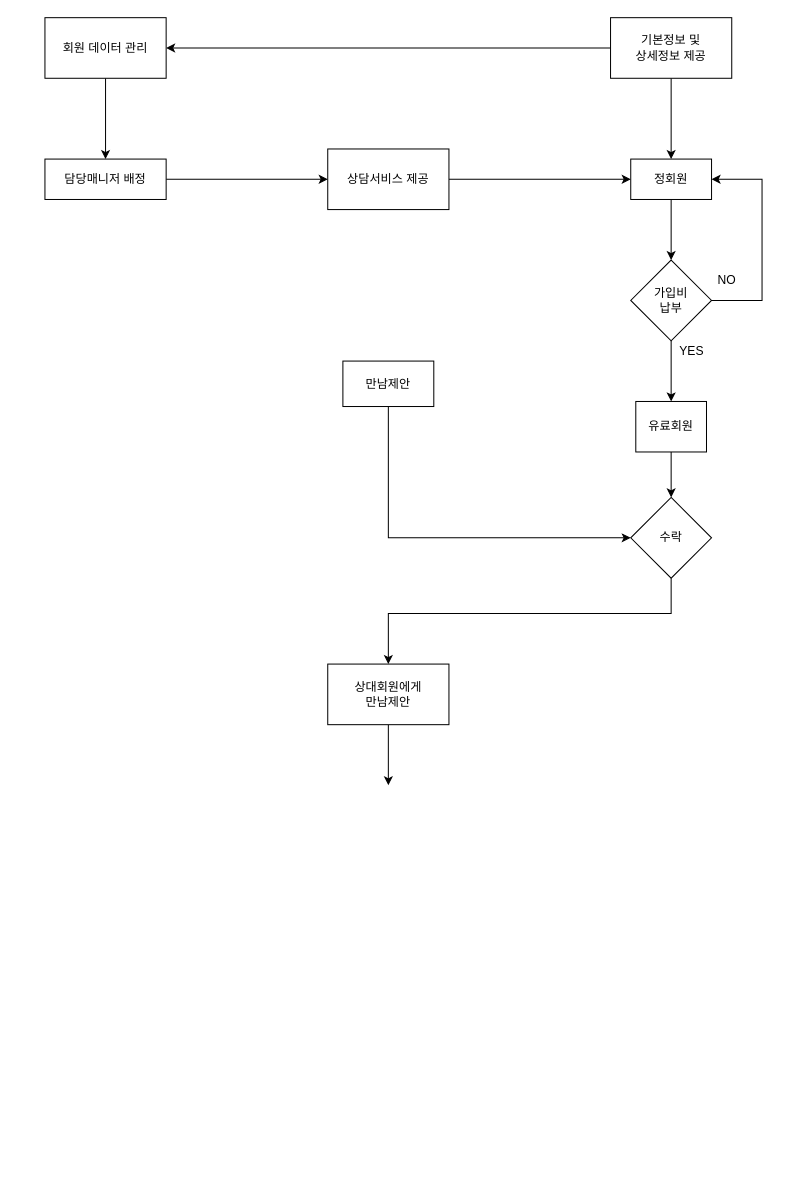
sunjs33/test keeps this draw.io diagram as Untitled Diagram.drawio. Above is the earlier version. Source tidied: cells renumbered, new cells numbered last; positions are measured from the earlier drawing's top-left corner, leaving out a move shared by most shapes. Both pictures are drawn from the tidied source at 101%, with x=0, y=0 at pixel (44, 17).
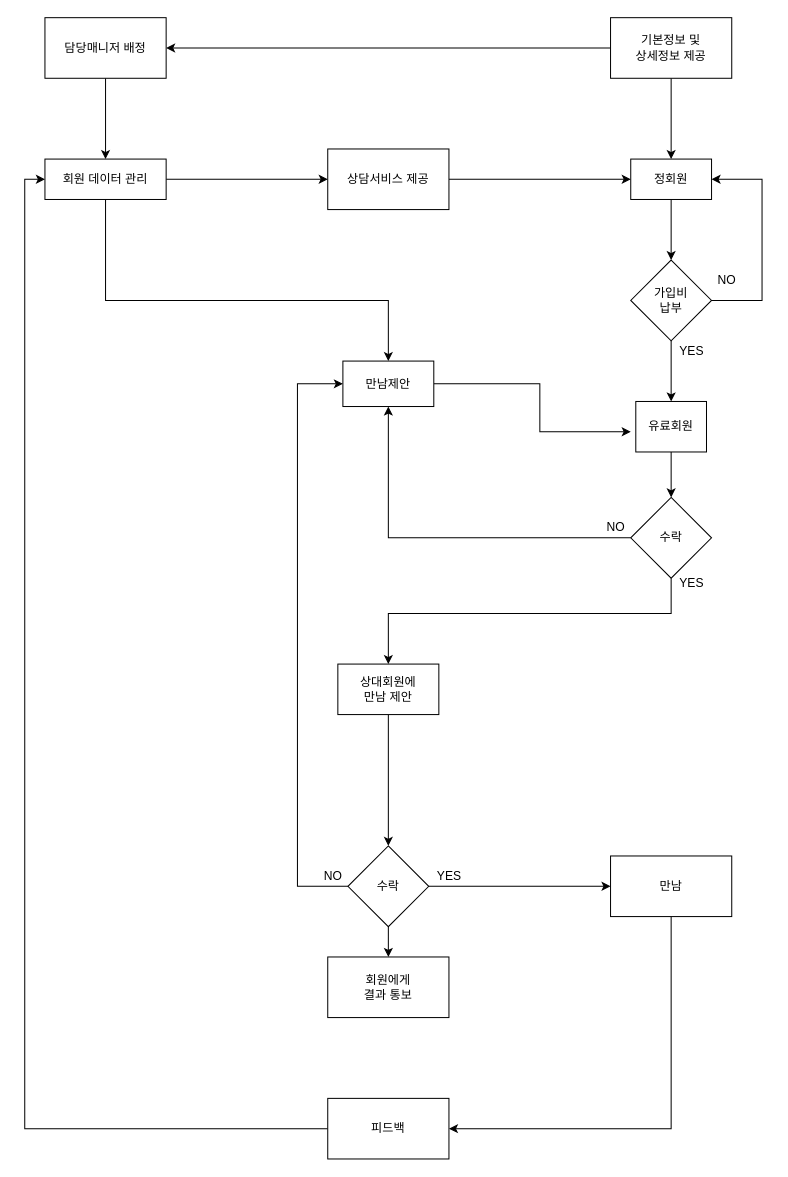
The same diagram, later.

Unchanged cells that the change refers to:
```xml
<mxCell id="19" value="만남제안" style="rounded=0;whiteSpace=wrap;html=1;" parent="1" vertex="1">
  <mxGeometry x="295" y="340" width="90" height="45" as="geometry" />
</mxCell>
<mxCell id="21" value="수락" style="rhombus;whiteSpace=wrap;html=1;rounded=0;" parent="1" vertex="1">
  <mxGeometry x="580" y="475" width="80" height="80" as="geometry" />
</mxCell>
```

Change to the diagram source:
```diff
@@
-    <mxCell id="11" value="회원 데이터 관리" style="whiteSpace=wrap;html=1;rounded=0;" parent="1" vertex="1">
+    <mxCell id="11" value="담당매니저 배정" style="whiteSpace=wrap;html=1;rounded=0;" parent="1" vertex="1">
       <mxGeometry width="120" height="60" as="geometry" />
     </mxCell>
@@
-    <mxCell id="18" style="edgeStyle=orthogonalEdgeStyle;rounded=0;jettySize=auto;html=1;entryX=0;entryY=0.5;entryDx=0;entryDy=0;" parent="1" edge="1" source="19" target="21">
-      <mxGeometry relative="1" as="geometry">
-        <Array as="points">
-          <mxPoint x="340" y="515" />
-        </Array>
-      </mxGeometry>
-    </mxCell>
+    <mxCell id="26" style="edgeStyle=orthogonalEdgeStyle;rounded=0;jettySize=auto;html=1;" parent="1" edge="1" source="19">
+      <mxGeometry relative="1" as="geometry">
+        <mxPoint x="580" y="410" as="targetPoint" />
+        <Array as="points">
+          <mxPoint x="490" y="362" />
+          <mxPoint x="490" y="410" />
+        </Array>
+      </mxGeometry>
+    </mxCell>
@@
+    <mxCell id="27" style="edgeStyle=orthogonalEdgeStyle;rounded=0;jettySize=auto;html=1;entryX=0.5;entryY=1;entryDx=0;entryDy=0;" parent="1" edge="1" source="21" target="19">
+      <mxGeometry relative="1" as="geometry" />
+    </mxCell>
@@
+    <mxCell id="28" style="edgeStyle=orthogonalEdgeStyle;rounded=0;jettySize=auto;html=1;entryX=0.5;entryY=0;entryDx=0;entryDy=0;" parent="1" edge="1" source="23" target="19">
+      <mxGeometry relative="1" as="geometry">
+        <Array as="points">
+          <mxPoint x="60.1" y="280" />
+          <mxPoint x="340.1" y="280" />
+        </Array>
+      </mxGeometry>
+    </mxCell>
-    <mxCell id="23" value="담당매니저 배정" style="whiteSpace=wrap;html=1;rounded=0;" parent="1" vertex="1">
+    <mxCell id="23" value="회원 데이터 관리" style="whiteSpace=wrap;html=1;rounded=0;" parent="1" vertex="1">
       <mxGeometry y="140" width="120" height="40" as="geometry" />
     </mxCell>
-    <mxCell id="24" style="edgeStyle=orthogonalEdgeStyle;rounded=0;jettySize=auto;html=1;" parent="1" edge="1" source="25">
-      <mxGeometry relative="1" as="geometry">
-        <mxPoint x="340" y="760" as="targetPoint" />
-      </mxGeometry>
-    </mxCell>
+    <mxCell id="29" style="edgeStyle=orthogonalEdgeStyle;rounded=0;jettySize=auto;html=1;entryX=0.5;entryY=0;entryDx=0;entryDy=0;" parent="1" edge="1" source="25" target="34">
+      <mxGeometry relative="1" as="geometry" />
+    </mxCell>
-    <mxCell id="25" value="상대회원에게 &lt;br&gt;만남제안" style="whiteSpace=wrap;html=1;rounded=0;" parent="1" vertex="1">
-      <mxGeometry x="280" y="640" width="120" height="60" as="geometry" />
+    <mxCell id="25" value="상대회원에 &lt;br&gt;만남 제안" style="whiteSpace=wrap;html=1;rounded=0;" parent="1" vertex="1">
+      <mxGeometry x="290" y="640" width="100" height="50" as="geometry" />
     </mxCell>
+    <mxCell id="30" value="YES" style="text;html=1;align=center;verticalAlign=middle;" parent="1" vertex="1">
+      <mxGeometry x="620" y="550" width="40" height="20" as="geometry" />
+    </mxCell>
+    <mxCell id="31" style="edgeStyle=orthogonalEdgeStyle;rounded=0;jettySize=auto;html=1;" parent="1" edge="1" source="34" target="36">
+      <mxGeometry relative="1" as="geometry" />
+    </mxCell>
+    <mxCell id="32" style="edgeStyle=orthogonalEdgeStyle;rounded=0;jettySize=auto;html=1;entryX=0;entryY=0.5;entryDx=0;entryDy=0;" parent="1" edge="1" source="34" target="19">
+      <mxGeometry relative="1" as="geometry">
+        <Array as="points">
+          <mxPoint x="250" y="860" />
+          <mxPoint x="250" y="362" />
+        </Array>
+      </mxGeometry>
+    </mxCell>
+    <mxCell id="33" style="edgeStyle=orthogonalEdgeStyle;rounded=0;jettySize=auto;html=1;" parent="1" edge="1" source="34" target="39">
+      <mxGeometry relative="1" as="geometry" />
+    </mxCell>
+    <mxCell id="34" value="수락" style="rhombus;whiteSpace=wrap;html=1;rounded=0;" parent="1" vertex="1">
+      <mxGeometry x="300" y="820" width="80" height="80" as="geometry" />
+    </mxCell>
+    <mxCell id="35" style="edgeStyle=orthogonalEdgeStyle;rounded=0;jettySize=auto;html=1;" parent="1" edge="1" source="36" target="41">
+      <mxGeometry relative="1" as="geometry">
+        <Array as="points">
+          <mxPoint x="620" y="1100" />
+        </Array>
+      </mxGeometry>
+    </mxCell>
+    <mxCell id="36" value="만남" style="whiteSpace=wrap;html=1;rounded=0;" parent="1" vertex="1">
+      <mxGeometry x="560" y="830" width="120" height="60" as="geometry" />
+    </mxCell>
+    <mxCell id="37" value="YES" style="text;html=1;align=center;verticalAlign=middle;" parent="1" vertex="1">
+      <mxGeometry x="380" y="840" width="40" height="20" as="geometry" />
+    </mxCell>
+    <mxCell id="38" value="NO" style="text;html=1;align=center;verticalAlign=middle;" parent="1" vertex="1">
+      <mxGeometry x="270" y="840" width="30" height="20" as="geometry" />
+    </mxCell>
+    <mxCell id="39" value="회원에게 &lt;br&gt;결과 통보" style="whiteSpace=wrap;html=1;rounded=0;" parent="1" vertex="1">
+      <mxGeometry x="280" y="930" width="120" height="60" as="geometry" />
+    </mxCell>
+    <mxCell id="40" style="edgeStyle=orthogonalEdgeStyle;rounded=0;jettySize=auto;html=1;entryX=0;entryY=0.5;entryDx=0;entryDy=0;" parent="1" edge="1" source="41" target="23">
+      <mxGeometry relative="1" as="geometry" />
+    </mxCell>
+    <mxCell id="41" value="피드백" style="whiteSpace=wrap;html=1;rounded=0;" parent="1" vertex="1">
+      <mxGeometry x="280" y="1070" width="120" height="60" as="geometry" />
+    </mxCell>
+    <mxCell id="42" value="NO" style="text;html=1;align=center;verticalAlign=middle;" parent="1" vertex="1">
+      <mxGeometry x="550" y="495" width="30" height="20" as="geometry" />
+    </mxCell>
```
